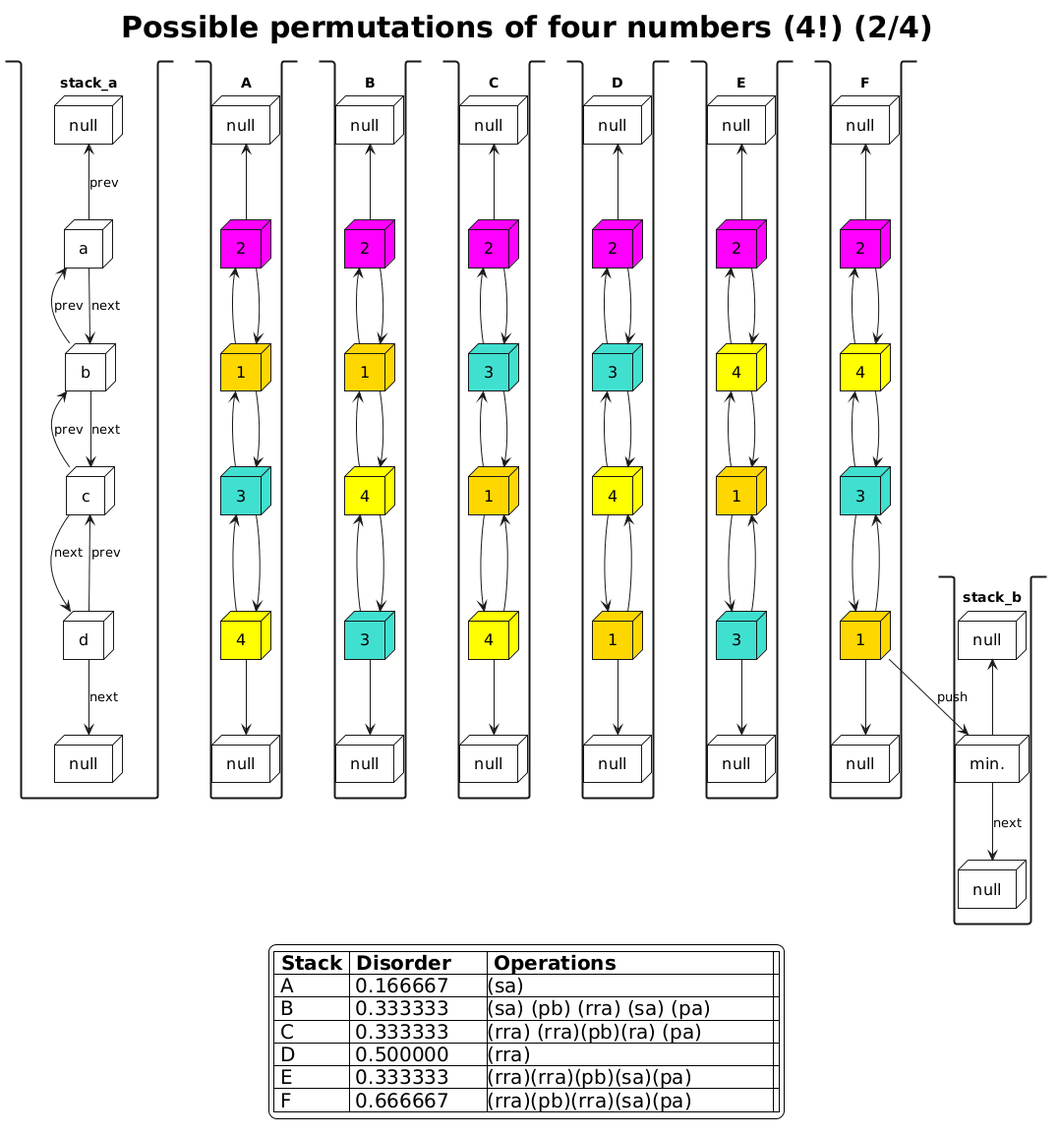
Before: Alg4_2.png, a diagram exported from PlantUML (martinaradkovicova-lgtm/ft_push_swap).
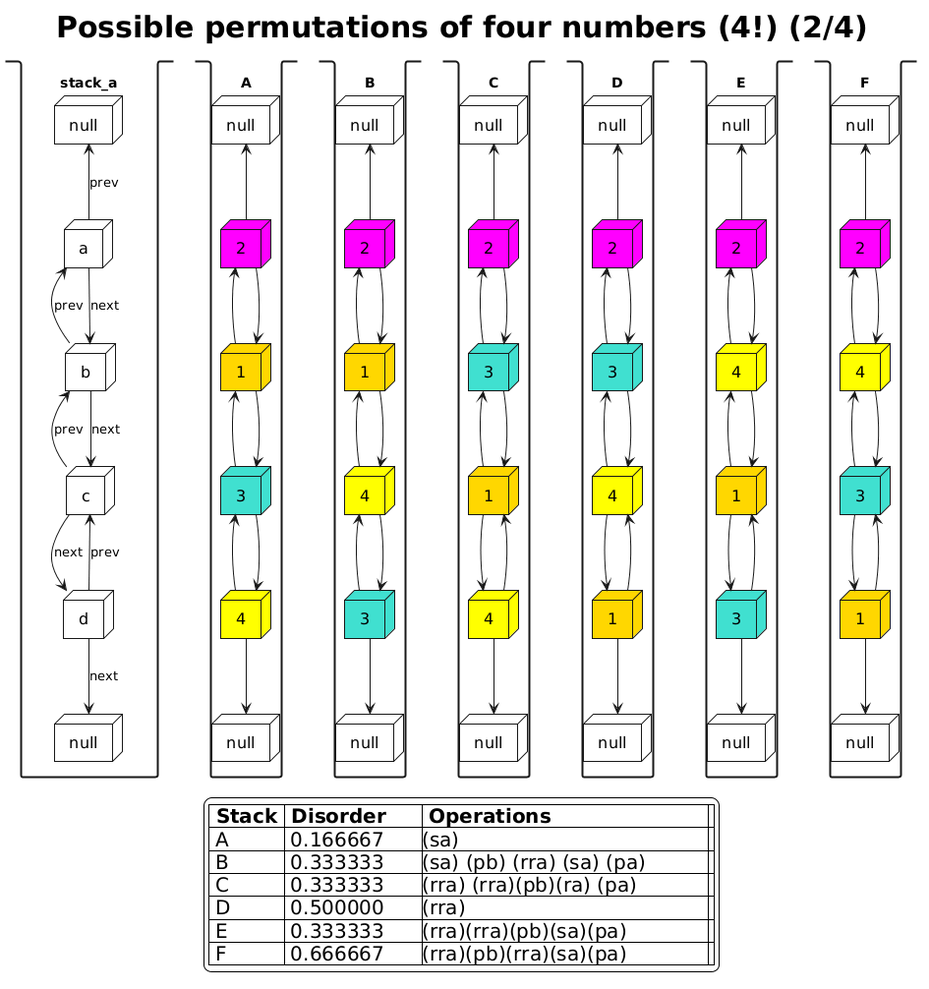
Above is the later version.

Diff of the diagram source:
```diff
@@ -141,13 +141,4 @@
 f3 <-- f4
 f4 --> f3_null
 }
-
-stack stack_b {
-node null as x1_null #white
-node "min." as x1 #white
-node null as x3_null #white
-x1_null <-- x1
-f4 --> x1 :push
-x1 --> x3_null : next
-}
 @enduml
```
